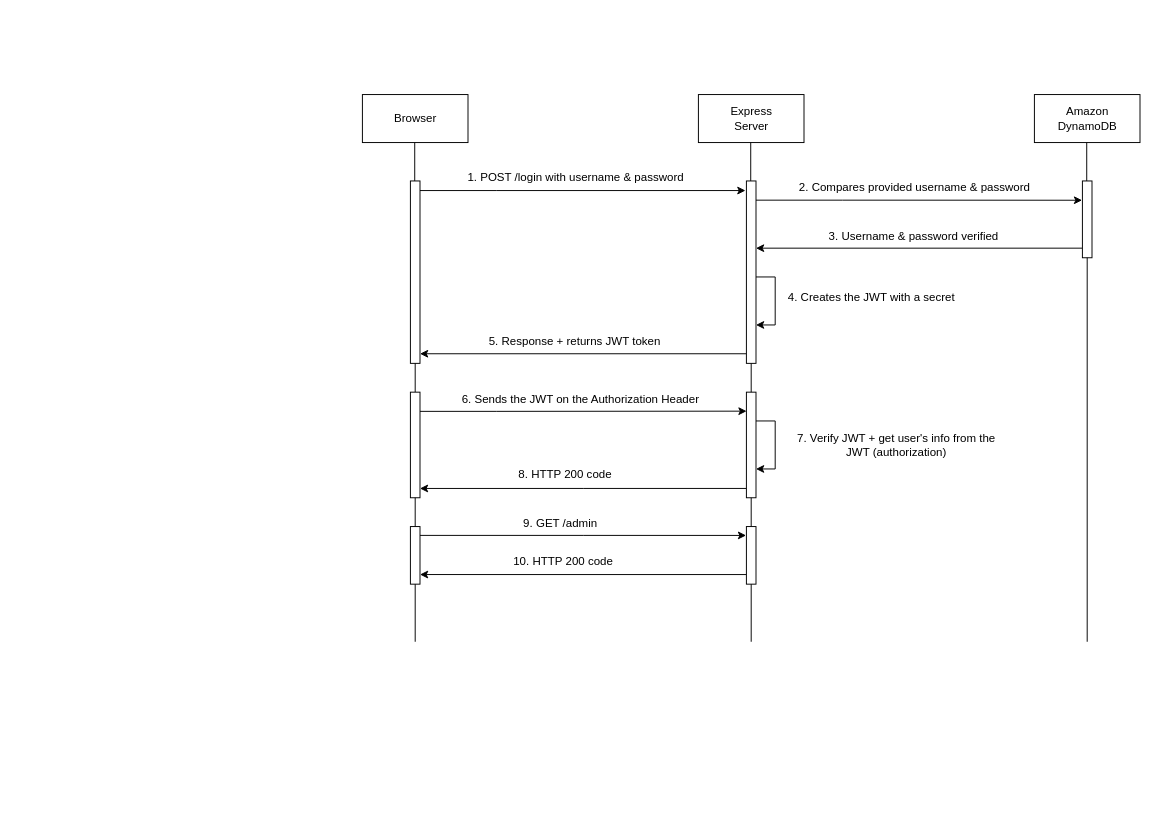
Above: doc/diagrams/authentication-flow/A&A-flow.drawio in halaoner/KO-Portfolio (draw.io), before the change. Source tidied: cells renumbered, new cells numbered last; positions are measured from the earlier drawing's top-left corner, leaving out a move shared by most shapes. Both pictures are drawn from the tidied source at 96%, with x=0, y=0 at pixel (362, 94).
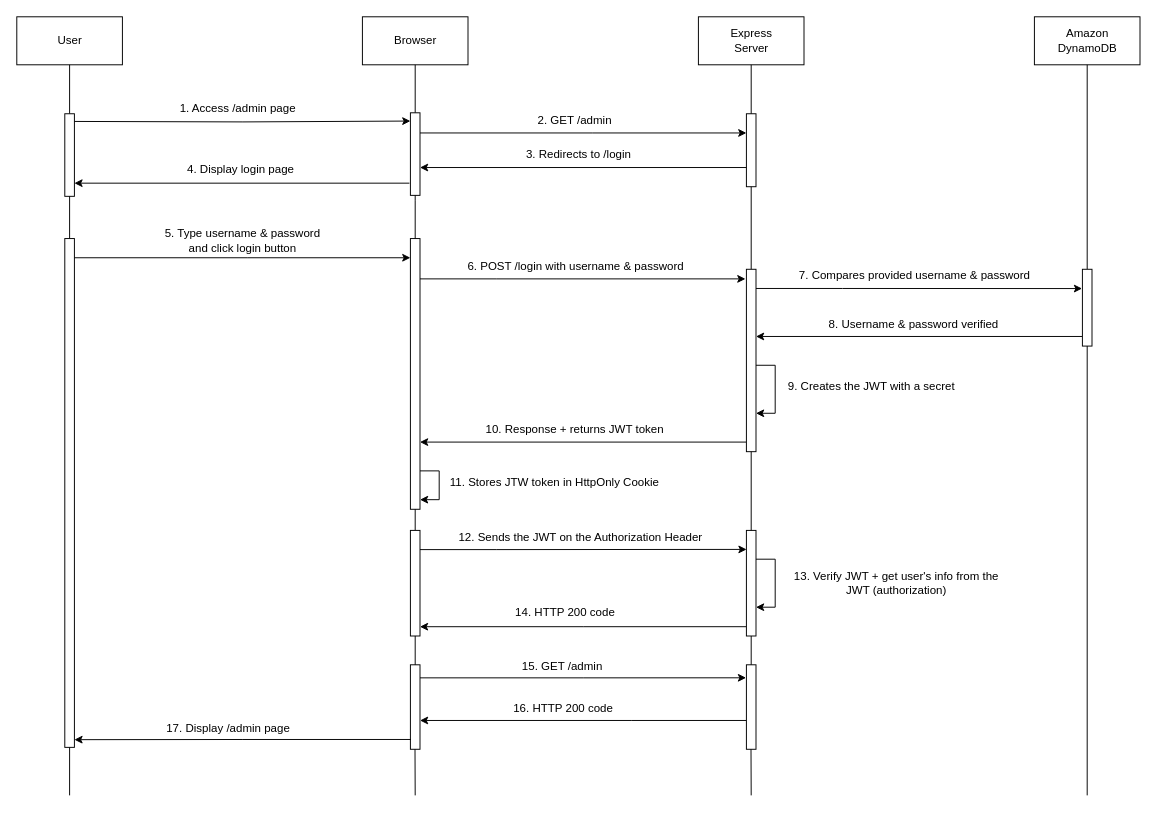
The same diagram, later.

Commit message (it also covers changes not shown here):
Add User component to the sequence diagram

What changed in the source:
```diff
@@
     <mxCell id="2" value="Browser" style="html=1;" parent="1" vertex="1">
-      <mxGeometry width="110" height="50" as="geometry" />
+      <mxGeometry y="-81" width="110" height="50" as="geometry" />
     </mxCell>
     <mxCell id="3" value="Express &lt;br&gt;Server" style="html=1;" parent="1" vertex="1">
-      <mxGeometry x="350" width="110" height="50" as="geometry" />
+      <mxGeometry x="350" y="-81" width="110" height="50" as="geometry" />
     </mxCell>
     <mxCell id="4" value="Amazon &lt;br&gt;DynamoDB" style="html=1;" parent="1" vertex="1">
-      <mxGeometry x="700" width="110" height="50" as="geometry" />
+      <mxGeometry x="700" y="-81" width="110" height="50" as="geometry" />
     </mxCell>
-    <mxCell id="5" style="endArrow=none;html=1;startArrow=none;" parent="1" edge="1" source="9">
-      <mxGeometry relative="1" as="geometry">
-        <mxPoint x="54.5" y="50" as="targetPoint" />
-      </mxGeometry>
+    <mxCell id="5" style="endArrow=none;html=1;startArrow=none;entryX=0.5;entryY=1;entryDx=0;entryDy=0;" parent="1" edge="1" source="44" target="2">
+      <mxGeometry relative="1" as="geometry" />
     </mxCell>
-    <mxCell id="6" style="endArrow=none;html=1;startArrow=none;" parent="1" edge="1" source="13">
-      <mxGeometry relative="1" as="geometry">
-        <mxPoint x="404.5" y="50" as="targetPoint" />
-      </mxGeometry>
+    <mxCell id="6" style="endArrow=none;html=1;startArrow=none;entryX=0.5;entryY=1;entryDx=0;entryDy=0;" parent="1" edge="1" source="13" target="3">
+      <mxGeometry relative="1" as="geometry" />
     </mxCell>
-    <mxCell id="7" style="endArrow=none;html=1;startArrow=none;" parent="1" edge="1" source="16">
-      <mxGeometry relative="1" as="geometry">
-        <mxPoint x="754.5" y="50" as="targetPoint" />
-      </mxGeometry>
+    <mxCell id="7" style="endArrow=none;html=1;startArrow=none;entryX=0.5;entryY=1;entryDx=0;entryDy=0;" parent="1" edge="1" source="16" target="4">
+      <mxGeometry relative="1" as="geometry" />
     </mxCell>
     <mxCell id="8" style="edgeStyle=orthogonalEdgeStyle;rounded=0;jettySize=auto;html=1;" parent="1" edge="1" source="9">
       <mxGeometry relative="1" as="geometry">
-        <mxPoint x="399" y="100" as="targetPoint" />
+        <mxPoint x="399" y="192" as="targetPoint" />
         <Array as="points">
-          <mxPoint x="140" y="100" />
-          <mxPoint x="140" y="100" />
+          <mxPoint x="140" y="192" />
+          <mxPoint x="140" y="192" />
         </Array>
       </mxGeometry>
     </mxCell>
     <mxCell id="9" style="html=1;points=[];perimeter=orthogonalPerimeter;" parent="1" vertex="1">
-      <mxGeometry x="50" y="90" width="10" height="190" as="geometry" />
+      <mxGeometry x="50" y="150" width="10" height="282" as="geometry" />
     </mxCell>
@@
     <mxCell id="11" style="edgeStyle=orthogonalEdgeStyle;rounded=0;jettySize=auto;html=1;entryX=-0.033;entryY=0.251;entryDx=0;entryDy=0;entryPerimeter=0;" parent="1" edge="1" source="13" target="16">
       <mxGeometry relative="1" as="geometry">
         <Array as="points">
-          <mxPoint x="500" y="110" />
-          <mxPoint x="500" y="110" />
+          <mxPoint x="500" y="202" />
+          <mxPoint x="500" y="202" />
         </Array>
       </mxGeometry>
     </mxCell>
     <mxCell id="12" style="edgeStyle=orthogonalEdgeStyle;rounded=0;jettySize=auto;html=1;" parent="1" edge="1" source="13">
       <mxGeometry relative="1" as="geometry">
-        <mxPoint x="60" y="270" as="targetPoint" />
+        <mxPoint x="60" y="362" as="targetPoint" />
         <Array as="points">
-          <mxPoint x="60" y="270" />
+          <mxPoint x="60" y="362" />
         </Array>
       </mxGeometry>
     </mxCell>
     <mxCell id="13" style="html=1;points=[];perimeter=orthogonalPerimeter;" parent="1" vertex="1">
-      <mxGeometry x="400" y="90" width="10" height="190" as="geometry" />
+      <mxGeometry x="400" y="182" width="10" height="190" as="geometry" />
     </mxCell>
-    <mxCell id="14" value="1. POST /login with username &amp;amp; password" style="text;html=1;align=center;verticalAlign=middle;strokeColor=none;fillColor=none;" parent="1" vertex="1">
-      <mxGeometry x="102" y="77" width="240" height="20" as="geometry" />
+    <mxCell id="14" value="6. POST /login with username &amp;amp; password" style="text;html=1;align=center;verticalAlign=middle;strokeColor=none;fillColor=none;" parent="1" vertex="1">
+      <mxGeometry x="102" y="169" width="240" height="20" as="geometry" />
     </mxCell>
     <mxCell id="15" style="edgeStyle=orthogonalEdgeStyle;rounded=0;jettySize=auto;html=1;" parent="1" edge="1" source="16">
       <mxGeometry relative="1" as="geometry">
-        <mxPoint x="410" y="160" as="targetPoint" />
+        <mxPoint x="410" y="252" as="targetPoint" />
         <Array as="points">
-          <mxPoint x="410" y="160" />
+          <mxPoint x="410" y="252" />
         </Array>
       </mxGeometry>
     </mxCell>
     <mxCell id="16" style="html=1;points=[];perimeter=orthogonalPerimeter;" parent="1" vertex="1">
-      <mxGeometry x="750" y="90" width="10" height="80" as="geometry" />
+      <mxGeometry x="750" y="182" width="10" height="80" as="geometry" />
     </mxCell>
     <mxCell id="17" style="endArrow=none;html=1;" parent="1" edge="1" target="16">
       <mxGeometry relative="1" as="geometry">
-        <mxPoint x="755" y="570" as="sourcePoint" />
+        <mxPoint x="755" y="730" as="sourcePoint" />
       </mxGeometry>
     </mxCell>
-    <mxCell id="18" value="2. Compares provided username &amp;amp; password" style="text;html=1;align=center;verticalAlign=middle;strokeColor=none;fillColor=none;" parent="1" vertex="1">
-      <mxGeometry x="445" y="87" width="260" height="20" as="geometry" />
+    <mxCell id="18" value="7. Compares provided username &amp;amp; password" style="text;html=1;align=center;verticalAlign=middle;strokeColor=none;fillColor=none;" parent="1" vertex="1">
+      <mxGeometry x="445" y="179" width="260" height="20" as="geometry" />
     </mxCell>
-    <mxCell id="19" value="3. Username &amp;amp; password verified" style="text;html=1;align=center;verticalAlign=middle;strokeColor=none;fillColor=none;" parent="1" vertex="1">
-      <mxGeometry x="479" y="138" width="190" height="20" as="geometry" />
+    <mxCell id="19" value="8. Username &amp;amp; password verified" style="text;html=1;align=center;verticalAlign=middle;strokeColor=none;fillColor=none;" parent="1" vertex="1">
+      <mxGeometry x="479" y="230" width="190" height="20" as="geometry" />
     </mxCell>
     <mxCell id="20" style="endArrow=none;html=1;" parent="1" edge="1">
       <mxGeometry relative="1" as="geometry">
-        <mxPoint x="405" y="570" as="sourcePoint" />
-        <mxPoint x="405" y="280" as="targetPoint" />
+        <mxPoint x="405" y="611" as="sourcePoint" />
+        <mxPoint x="405" y="372" as="targetPoint" />
       </mxGeometry>
     </mxCell>
     <mxCell id="21" style="edgeStyle=orthogonalEdgeStyle;rounded=0;orthogonalLoop=1;jettySize=auto;html=1;" parent="1" edge="1">
       <mxGeometry relative="1" as="geometry">
-        <mxPoint x="410" y="190" as="sourcePoint" />
-        <mxPoint x="410" y="240" as="targetPoint" />
+        <mxPoint x="410" y="282" as="sourcePoint" />
+        <mxPoint x="410" y="332" as="targetPoint" />
         <Array as="points">
-          <mxPoint x="410" y="190" />
-          <mxPoint x="430" y="190" />
-          <mxPoint x="430" y="240" />
+          <mxPoint x="410" y="282" />
+          <mxPoint x="430" y="282" />
+          <mxPoint x="430" y="332" />
         </Array>
       </mxGeometry>
     </mxCell>
-    <mxCell id="22" value="4. Creates the JWT with a secret" style="text;html=1;align=center;verticalAlign=middle;strokeColor=none;fillColor=none;" parent="1" vertex="1">
-      <mxGeometry x="435" y="202" width="190" height="20" as="geometry" />
+    <mxCell id="22" value="9. Creates the JWT with a secret" style="text;html=1;align=center;verticalAlign=middle;strokeColor=none;fillColor=none;" parent="1" vertex="1">
+      <mxGeometry x="435" y="294" width="190" height="20" as="geometry" />
     </mxCell>
-    <mxCell id="23" value="5. Response + returns JWT token" style="text;html=1;align=center;verticalAlign=middle;strokeColor=none;fillColor=none;" parent="1" vertex="1">
-      <mxGeometry x="126" y="247" width="190" height="20" as="geometry" />
+    <mxCell id="23" value="10. Response + returns JWT token" style="text;html=1;align=center;verticalAlign=middle;strokeColor=none;fillColor=none;" parent="1" vertex="1">
+      <mxGeometry x="121" y="339" width="200" height="20" as="geometry" />
     </mxCell>
     <mxCell id="24" style="edgeStyle=orthogonalEdgeStyle;rounded=0;jettySize=auto;html=1;entryX=0.017;entryY=0.18;entryDx=0;entryDy=0;entryPerimeter=0;" parent="1" edge="1" source="25" target="28">
       <mxGeometry relative="1" as="geometry">
         <Array as="points">
-          <mxPoint x="140" y="330" />
-          <mxPoint x="140" y="330" />
+          <mxPoint x="140" y="474" />
+          <mxPoint x="140" y="474" />
         </Array>
       </mxGeometry>
     </mxCell>
     <mxCell id="25" style="html=1;points=[];perimeter=orthogonalPerimeter;" parent="1" vertex="1">
-      <mxGeometry x="50" y="310" width="10" height="110" as="geometry" />
+      <mxGeometry x="50" y="454" width="10" height="110" as="geometry" />
     </mxCell>
     <mxCell id="26" style="endArrow=none;html=1;" parent="1" edge="1" target="25">
       <mxGeometry relative="1" as="geometry">
-        <mxPoint x="55" y="570" as="sourcePoint" />
+        <mxPoint x="55" y="610" as="sourcePoint" />
       </mxGeometry>
     </mxCell>
     <mxCell id="27" style="edgeStyle=orthogonalEdgeStyle;rounded=0;jettySize=auto;html=1;entryX=0.994;entryY=0.912;entryDx=0;entryDy=0;entryPerimeter=0;" parent="1" edge="1" source="28" target="25">
       <mxGeometry relative="1" as="geometry">
         <Array as="points">
-          <mxPoint x="230" y="410" />
+          <mxPoint x="230" y="554" />
         </Array>
       </mxGeometry>
     </mxCell>
     <mxCell id="28" style="html=1;points=[];perimeter=orthogonalPerimeter;" parent="1" vertex="1">
-      <mxGeometry x="400" y="310" width="10" height="110" as="geometry" />
+      <mxGeometry x="400" y="454" width="10" height="110" as="geometry" />
     </mxCell>
-    <mxCell id="29" value="6. Sends the JWT on the Authorization Header" style="text;html=1;align=center;verticalAlign=middle;strokeColor=none;fillColor=none;" parent="1" vertex="1">
-      <mxGeometry x="97" y="308" width="260" height="20" as="geometry" />
+    <mxCell id="29" value="12. Sends the JWT on the Authorization Header" style="text;html=1;align=center;verticalAlign=middle;strokeColor=none;fillColor=none;" parent="1" vertex="1">
+      <mxGeometry x="92" y="452" width="270" height="20" as="geometry" />
     </mxCell>
     <mxCell id="30" style="edgeStyle=orthogonalEdgeStyle;rounded=0;orthogonalLoop=1;jettySize=auto;html=1;" parent="1" edge="1">
       <mxGeometry relative="1" as="geometry">
-        <mxPoint x="410" y="340" as="sourcePoint" />
-        <mxPoint x="410" y="390" as="targetPoint" />
+        <mxPoint x="410" y="484" as="sourcePoint" />
+        <mxPoint x="410" y="534" as="targetPoint" />
         <Array as="points">
-          <mxPoint x="410" y="340" />
-          <mxPoint x="430" y="340" />
-          <mxPoint x="430" y="390" />
+          <mxPoint x="410" y="484" />
+          <mxPoint x="430" y="484" />
+          <mxPoint x="430" y="534" />
         </Array>
       </mxGeometry>
     </mxCell>
-    <mxCell id="31" value="7. Verify JWT + get user's info from the &lt;br&gt;JWT (authorization)" style="text;html=1;align=center;verticalAlign=middle;strokeColor=none;fillColor=none;" parent="1" vertex="1">
-      <mxGeometry x="446" y="350" width="220" height="30" as="geometry" />
+    <mxCell id="31" value="13. Verify JWT + get user's info from the &lt;br&gt;JWT (authorization)" style="text;html=1;align=center;verticalAlign=middle;strokeColor=none;fillColor=none;" parent="1" vertex="1">
+      <mxGeometry x="441" y="494" width="230" height="30" as="geometry" />
     </mxCell>
-    <mxCell id="32" value="8. HTTP 200 code" style="text;html=1;align=center;verticalAlign=middle;strokeColor=none;fillColor=none;" parent="1" vertex="1">
-      <mxGeometry x="156" y="386" width="110" height="20" as="geometry" />
+    <mxCell id="32" value="14. HTTP 200 code" style="text;html=1;align=center;verticalAlign=middle;strokeColor=none;fillColor=none;" parent="1" vertex="1">
+      <mxGeometry x="151" y="530" width="120" height="20" as="geometry" />
     </mxCell>
     <mxCell id="33" style="edgeStyle=orthogonalEdgeStyle;rounded=0;jettySize=auto;html=1;entryX=-0.033;entryY=0.154;entryDx=0;entryDy=0;entryPerimeter=0;" parent="1" edge="1" source="34" target="36">
       <mxGeometry relative="1" as="geometry">
         <Array as="points">
-          <mxPoint x="230" y="459" />
+          <mxPoint x="230" y="608" />
         </Array>
       </mxGeometry>
     </mxCell>
     <mxCell id="34" style="html=1;points=[];perimeter=orthogonalPerimeter;" parent="1" vertex="1">
-      <mxGeometry x="50" y="450" width="10" height="60" as="geometry" />
+      <mxGeometry x="50" y="594" width="10" height="88" as="geometry" />
     </mxCell>
-    <mxCell id="35" style="edgeStyle=orthogonalEdgeStyle;rounded=0;jettySize=auto;html=1;entryX=1;entryY=0.833;entryDx=0;entryDy=0;entryPerimeter=0;" parent="1" edge="1" source="36" target="34">
+    <mxCell id="35" style="edgeStyle=orthogonalEdgeStyle;rounded=0;jettySize=auto;html=1;" parent="1" edge="1" source="36" target="34">
       <mxGeometry relative="1" as="geometry">
         <Array as="points">
-          <mxPoint x="310" y="500" />
-          <mxPoint x="310" y="500" />
+          <mxPoint x="280" y="652" />
+          <mxPoint x="280" y="652" />
         </Array>
       </mxGeometry>
     </mxCell>
     <mxCell id="36" style="html=1;points=[];perimeter=orthogonalPerimeter;" parent="1" vertex="1">
-      <mxGeometry x="400" y="450" width="10" height="60" as="geometry" />
+      <mxGeometry x="400" y="594" width="10" height="88" as="geometry" />
     </mxCell>
-    <mxCell id="37" value="9. GET /admin" style="text;html=1;align=center;verticalAlign=middle;strokeColor=none;fillColor=none;" parent="1" vertex="1">
-      <mxGeometry x="161" y="437" width="90" height="20" as="geometry" />
+    <mxCell id="37" value="15. GET /admin" style="text;html=1;align=center;verticalAlign=middle;strokeColor=none;fillColor=none;" parent="1" vertex="1">
+      <mxGeometry x="158" y="586" width="100" height="20" as="geometry" />
     </mxCell>
-    <mxCell id="38" value="10. HTTP 200 code" style="text;html=1;align=center;verticalAlign=middle;strokeColor=none;fillColor=none;" parent="1" vertex="1">
-      <mxGeometry x="149" y="477" width="120" height="20" as="geometry" />
+    <mxCell id="38" value="16. HTTP 200 code" style="text;html=1;align=center;verticalAlign=middle;strokeColor=none;fillColor=none;" parent="1" vertex="1">
+      <mxGeometry x="149" y="630" width="120" height="20" as="geometry" />
     </mxCell>
+    <mxCell id="39" value="User" style="html=1;" parent="1" vertex="1">
+      <mxGeometry x="-360" y="-81" width="110" height="50" as="geometry" />
+    </mxCell>
+    <mxCell id="40" style="endArrow=none;html=1;rounded=0;entryX=0.5;entryY=1;entryDx=0;entryDy=0;startArrow=none;" parent="1" edge="1" source="41" target="39">
+      <mxGeometry relative="1" as="geometry" />
+    </mxCell>
+    <mxCell id="41" style="html=1;points=[];perimeter=orthogonalPerimeter;" parent="1" vertex="1">
+      <mxGeometry x="-310" y="20" width="10" height="86" as="geometry" />
+    </mxCell>
+    <mxCell id="42" style="endArrow=none;html=1;rounded=0;entryX=0.5;entryY=1;entryDx=0;entryDy=0;startArrow=none;" parent="1" edge="1" source="57" target="41">
+      <mxGeometry relative="1" as="geometry" />
+    </mxCell>
+    <mxCell id="43" style="edgeStyle=orthogonalEdgeStyle;rounded=0;jettySize=auto;html=1;" parent="1" edge="1" source="44" target="49">
+      <mxGeometry relative="1" as="geometry">
+        <Array as="points">
+          <mxPoint x="240" y="40" />
+          <mxPoint x="240" y="40" />
+        </Array>
+      </mxGeometry>
+    </mxCell>
+    <mxCell id="44" style="html=1;points=[];perimeter=orthogonalPerimeter;" parent="1" vertex="1">
+      <mxGeometry x="50" y="19" width="10" height="86" as="geometry" />
+    </mxCell>
+    <mxCell id="45" style="endArrow=none;html=1;startArrow=none;entryX=0.5;entryY=1;entryDx=0;entryDy=0;" parent="1" edge="1" target="44">
+      <mxGeometry relative="1" as="geometry">
+        <mxPoint x="55" y="110" as="sourcePoint" />
+      </mxGeometry>
+    </mxCell>
+    <mxCell id="46" style="edgeStyle=orthogonalEdgeStyle;rounded=0;orthogonalLoop=1;jettySize=auto;html=1;" parent="1" edge="1">
+      <mxGeometry relative="1" as="geometry">
+        <mxPoint x="60" y="392" as="sourcePoint" />
+        <mxPoint x="60" y="422" as="targetPoint" />
+        <Array as="points">
+          <mxPoint x="80" y="392" />
+          <mxPoint x="80" y="422" />
+          <mxPoint x="60" y="422" />
+        </Array>
+      </mxGeometry>
+    </mxCell>
+    <mxCell id="47" value="11. Stores JTW token in HttpOnly Cookie" style="text;html=1;align=center;verticalAlign=middle;strokeColor=none;fillColor=none;" parent="1" vertex="1">
+      <mxGeometry x="85" y="394" width="230" height="20" as="geometry" />
+    </mxCell>
+    <mxCell id="48" value="1. Access /admin page" style="text;html=1;align=center;verticalAlign=middle;strokeColor=none;fillColor=none;" parent="1" vertex="1">
+      <mxGeometry x="-200" y="5" width="140" height="20" as="geometry" />
+    </mxCell>
+    <mxCell id="49" style="html=1;points=[];perimeter=orthogonalPerimeter;" parent="1" vertex="1">
+      <mxGeometry x="400" y="20" width="10" height="76" as="geometry" />
+    </mxCell>
+    <mxCell id="50" value="2. GET /admin" style="text;html=1;align=center;verticalAlign=middle;strokeColor=none;fillColor=none;" parent="1" vertex="1">
+      <mxGeometry x="176" y="17" width="90" height="20" as="geometry" />
+    </mxCell>
+    <mxCell id="51" style="edgeStyle=orthogonalEdgeStyle;rounded=0;orthogonalLoop=1;jettySize=auto;html=1;" parent="1" edge="1">
+      <mxGeometry relative="1" as="geometry">
+        <mxPoint x="400" y="76" as="sourcePoint" />
+        <mxPoint x="60" y="76" as="targetPoint" />
+        <Array as="points">
+          <mxPoint x="60" y="76" />
+        </Array>
+      </mxGeometry>
+    </mxCell>
+    <mxCell id="52" value="3. Redirects to /login" style="text;html=1;align=center;verticalAlign=middle;strokeColor=none;fillColor=none;" parent="1" vertex="1">
+      <mxGeometry x="165" y="53" width="120" height="20" as="geometry" />
+    </mxCell>
+    <mxCell id="53" style="edgeStyle=orthogonalEdgeStyle;rounded=0;jettySize=auto;html=1;entryX=1;entryY=0.833;entryDx=0;entryDy=0;entryPerimeter=0;exitX=0.06;exitY=0.884;exitDx=0;exitDy=0;exitPerimeter=0;" parent="1" edge="1" source="34">
+      <mxGeometry relative="1" as="geometry">
+        <mxPoint x="-300" y="672" as="targetPoint" />
+      </mxGeometry>
+    </mxCell>
+    <mxCell id="54" value="17. Display /admin page" style="text;html=1;align=center;verticalAlign=middle;strokeColor=none;fillColor=none;" parent="1" vertex="1">
+      <mxGeometry x="-210" y="650" width="140" height="20" as="geometry" />
+    </mxCell>
+    <mxCell id="55" style="edgeStyle=orthogonalEdgeStyle;rounded=0;orthogonalLoop=1;jettySize=auto;html=1;" parent="1" edge="1">
+      <mxGeometry relative="1" as="geometry">
+        <mxPoint x="49" y="92" as="sourcePoint" />
+        <mxPoint x="-300" y="92.3" as="targetPoint" />
+        <Array as="points">
+          <mxPoint x="-300" y="92" />
+        </Array>
+      </mxGeometry>
+    </mxCell>
+    <mxCell id="56" value="4. Display login page" style="text;html=1;align=center;verticalAlign=middle;strokeColor=none;fillColor=none;" parent="1" vertex="1">
+      <mxGeometry x="-192" y="68" width="130" height="20" as="geometry" />
+    </mxCell>
+    <mxCell id="57" style="html=1;points=[];perimeter=orthogonalPerimeter;" parent="1" vertex="1">
+      <mxGeometry x="-310" y="150" width="10" height="530" as="geometry" />
+    </mxCell>
+    <mxCell id="58" style="endArrow=none;html=1;rounded=0;entryX=0.5;entryY=1;entryDx=0;entryDy=0;" parent="1" edge="1" target="57">
+      <mxGeometry relative="1" as="geometry">
+        <mxPoint x="-305" y="730" as="sourcePoint" />
+      </mxGeometry>
+    </mxCell>
+    <mxCell id="59" style="endArrow=none;html=1;startArrow=none;" parent="1" edge="1" source="9">
+      <mxGeometry relative="1" as="geometry">
+        <mxPoint x="55" y="110" as="targetPoint" />
+      </mxGeometry>
+    </mxCell>
+    <mxCell id="60" style="edgeStyle=orthogonalEdgeStyle;rounded=0;orthogonalLoop=1;jettySize=auto;html=1;" parent="1" edge="1">
+      <mxGeometry relative="1" as="geometry">
+        <mxPoint x="-300" y="170" as="sourcePoint" />
+        <mxPoint x="50" y="170" as="targetPoint" />
+        <Array as="points">
+          <mxPoint x="-120" y="170" />
+          <mxPoint x="-120" y="170" />
+        </Array>
+      </mxGeometry>
+    </mxCell>
+    <mxCell id="61" value="5. Type username &amp;amp; password &lt;br&gt;and click login button" style="text;html=1;align=center;verticalAlign=middle;strokeColor=none;fillColor=none;" parent="1" vertex="1">
+      <mxGeometry x="-215" y="137" width="180" height="30" as="geometry" />
+    </mxCell>
+    <mxCell id="62" style="edgeStyle=orthogonalEdgeStyle;rounded=0;jettySize=auto;html=1;entryX=0;entryY=0.1;entryDx=0;entryDy=0;entryPerimeter=0;" parent="1" edge="1" target="44">
+      <mxGeometry relative="1" as="geometry">
+        <mxPoint x="-300" y="28" as="sourcePoint" />
+      </mxGeometry>
+    </mxCell>
+    <mxCell id="63" style="endArrow=none;html=1;rounded=0;entryX=0.5;entryY=1;entryDx=0;entryDy=0;" parent="1" edge="1">
+      <mxGeometry relative="1" as="geometry">
+        <mxPoint x="55" y="730" as="sourcePoint" />
+        <mxPoint x="54.8" y="682" as="targetPoint" />
+      </mxGeometry>
+    </mxCell>
+    <mxCell id="64" style="endArrow=none;html=1;rounded=0;entryX=0.5;entryY=1;entryDx=0;entryDy=0;" parent="1" edge="1">
+      <mxGeometry relative="1" as="geometry">
+        <mxPoint x="405" y="730" as="sourcePoint" />
+        <mxPoint x="404.8" y="682" as="targetPoint" />
+      </mxGeometry>
+    </mxCell>
```
